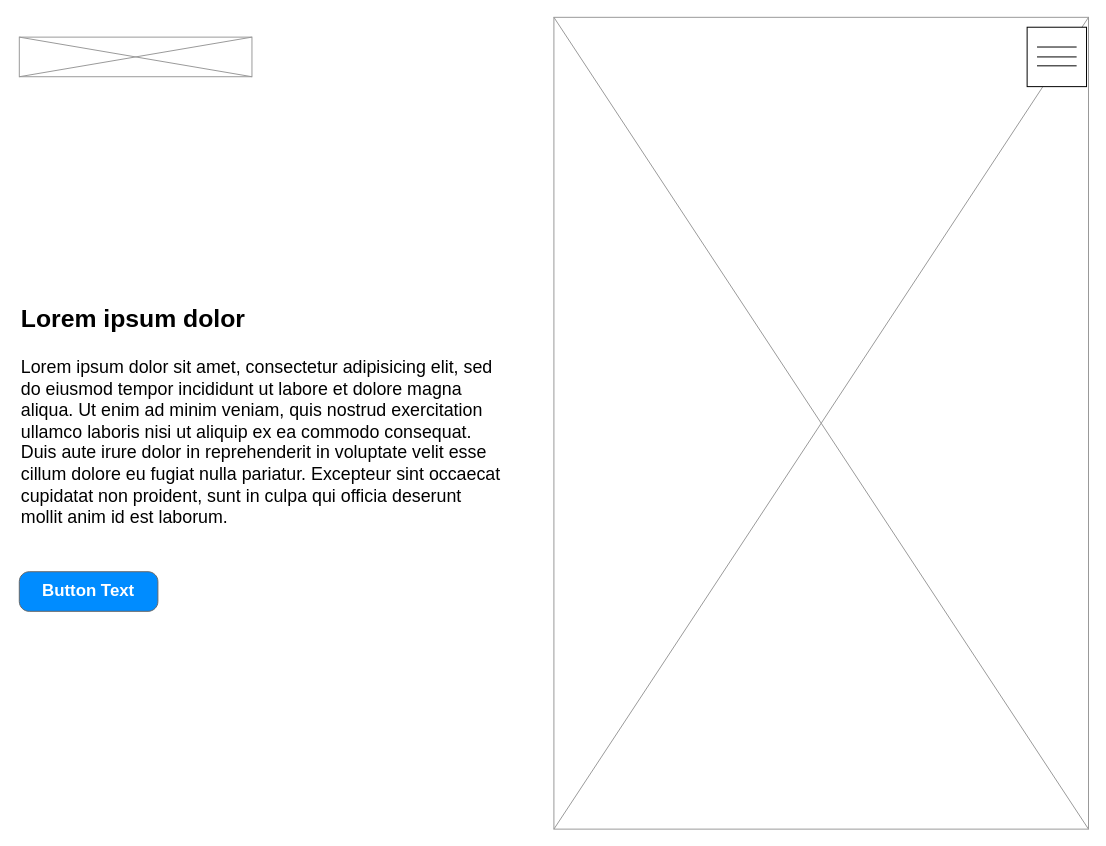
Tolaji/wdd130 keeps this draw.io diagram as page "Home" (1 of 6) of portfolio/Pelican Prince Profile.drawio. Above is the earlier version. Source tidied: cells renumbered, new cells numbered last; positions are measured from the earlier drawing's top-left corner, leaving out a move shared by most shapes. Both pictures are drawn from the tidied source at 99%, with x=0, y=0 at pixel (19, 17).
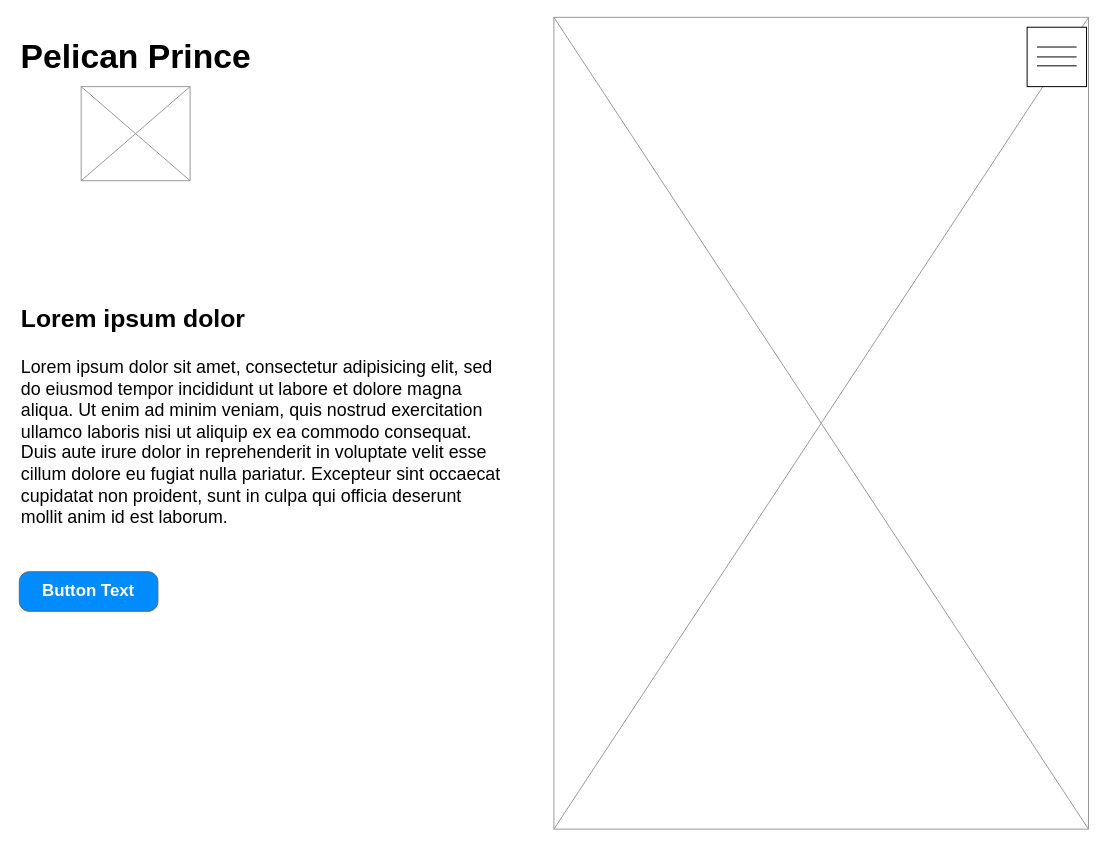
The same diagram, later.

The edit, as a diff of the source:
```diff
@@
 <mxGraphModel>
   <root>
     <mxCell id="0" />
     <mxCell id="1" parent="0" />
+    <mxCell id="13" value="Pelican Prince" style="text;html=1;strokeColor=none;fillColor=none;align=center;verticalAlign=middle;whiteSpace=wrap;rounded=0;fontStyle=1;fontSize=34;" parent="1" vertex="1">
+      <mxGeometry x="-2.5" y="25" width="240" height="30" as="geometry" />
+    </mxCell>
     <mxCell id="2" style="verticalLabelPosition=bottom;shadow=0;dashed=0;align=center;html=1;verticalAlign=top;strokeWidth=1;shape=mxgraph.mockup.graphics.simpleIcon;strokeColor=#999999;" parent="1" vertex="1">
       <mxGeometry x="540" width="540" height="820" as="geometry" />
     </mxCell>
     <mxCell id="3" value="Lorem ipsum dolor sit amet, consectetur adipisicing elit, sed do eiusmod tempor incididunt ut labore et dolore magna aliqua. Ut enim ad minim veniam, quis nostrud exercitation ullamco laboris nisi ut aliquip ex ea commodo consequat. Duis aute irure dolor in reprehenderit in voluptate velit esse cillum dolore eu fugiat nulla pariatur. Excepteur sint occaecat cupidatat non proident, sunt in culpa qui officia deserunt mollit anim id est laborum." style="text;spacingTop=-5;whiteSpace=wrap;html=1;align=left;fontSize=18;fontFamily=Helvetica;fillColor=none;strokeColor=none;" parent="1" vertex="1">
       <mxGeometry y="342" width="490" height="90" as="geometry" />
     </mxCell>
     <mxCell id="4" value="Lorem ipsum dolor&amp;nbsp;" style="text;spacingTop=-5;whiteSpace=wrap;html=1;align=left;fontSize=25;fontFamily=Helvetica;fillColor=none;strokeColor=none;fontStyle=1;verticalAlign=middle;" parent="1" vertex="1">
       <mxGeometry y="280" width="240" height="50" as="geometry" />
     </mxCell>
     <mxCell id="5" value="Button Text" style="strokeWidth=1;shadow=0;dashed=0;align=center;html=1;shape=mxgraph.mockup.buttons.button;strokeColor=#666666;fontColor=#ffffff;mainText=;buttonStyle=round;fontSize=17;fontStyle=1;fillColor=#008cff;whiteSpace=wrap;" parent="1" vertex="1">
       <mxGeometry y="560" width="140" height="40" as="geometry" />
     </mxCell>
     <mxCell id="6" style="verticalLabelPosition=bottom;shadow=0;dashed=0;align=center;html=1;verticalAlign=top;strokeWidth=1;shape=mxgraph.mockup.graphics.simpleIcon;strokeColor=#999999;" parent="1" vertex="1">
-      <mxGeometry y="20" width="235" height="40" as="geometry" />
+      <mxGeometry x="62.5" y="70" width="110" height="95" as="geometry" />
     </mxCell>
     <mxCell id="7" style="group;" parent="1" vertex="1">
       <mxGeometry x="1018" y="10" width="60" height="60" as="geometry" />
     </mxCell>
     <mxCell id="8" style="whiteSpace=wrap;html=1;fontSize=17;" parent="7" vertex="1">
       <mxGeometry width="60" height="60" as="geometry" />
     </mxCell>
     <mxCell id="9" style="group;" parent="7" vertex="1">
       <mxGeometry x="10" y="20" width="40" height="19" as="geometry" />
     </mxCell>
     <mxCell id="10" style="endArrow=none;html=1;rounded=0;fontSize=17;" parent="9" edge="1">
       <mxGeometry relative="1" as="geometry">
         <mxPoint x="40" as="sourcePoint" />
         <mxPoint as="targetPoint" />
       </mxGeometry>
     </mxCell>
     <mxCell id="11" style="endArrow=none;html=1;rounded=0;fontSize=17;" parent="9" edge="1">
       <mxGeometry relative="1" as="geometry">
         <mxPoint x="40" y="10" as="sourcePoint" />
         <mxPoint y="10" as="targetPoint" />
       </mxGeometry>
     </mxCell>
     <mxCell id="12" style="endArrow=none;html=1;rounded=0;fontSize=17;" parent="9" edge="1">
       <mxGeometry relative="1" as="geometry">
         <mxPoint x="40" y="19" as="sourcePoint" />
         <mxPoint y="19" as="targetPoint" />
       </mxGeometry>
     </mxCell>
   </root>
 </mxGraphModel>
```
